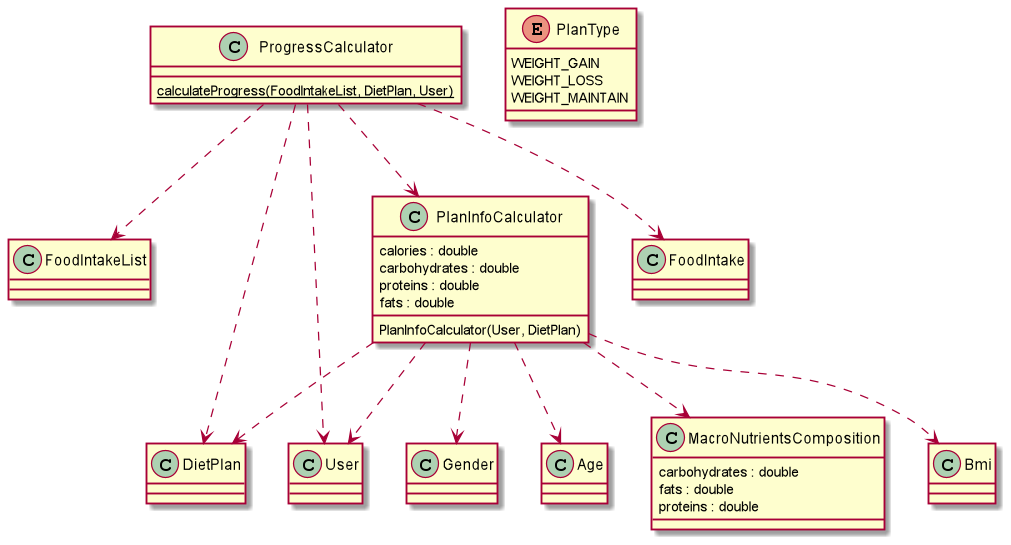
Earlier version of the PlantUML export docs/images/ProgressCalculatorClassDiagram.png (nus-cs2103-AY2021S2/tp).
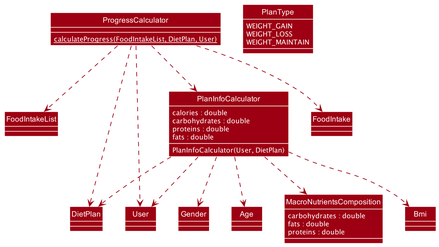
Above is the later version.

Change to the diagram source:
```diff
@@ -1,4 +1,11 @@
 @startuml
+!include style.puml
+skinparam arrowThickness 1.1
+skinparam arrowColor #73c8df
+skinparam classBackgroundColor MODEL_COLOR
+skinparam classAttributeFontColor #FFFFFF
+skinparam ArrowColor MODEL_COLOR
+show members
 
 skinparam classAttributeIconSize 0
 
```
